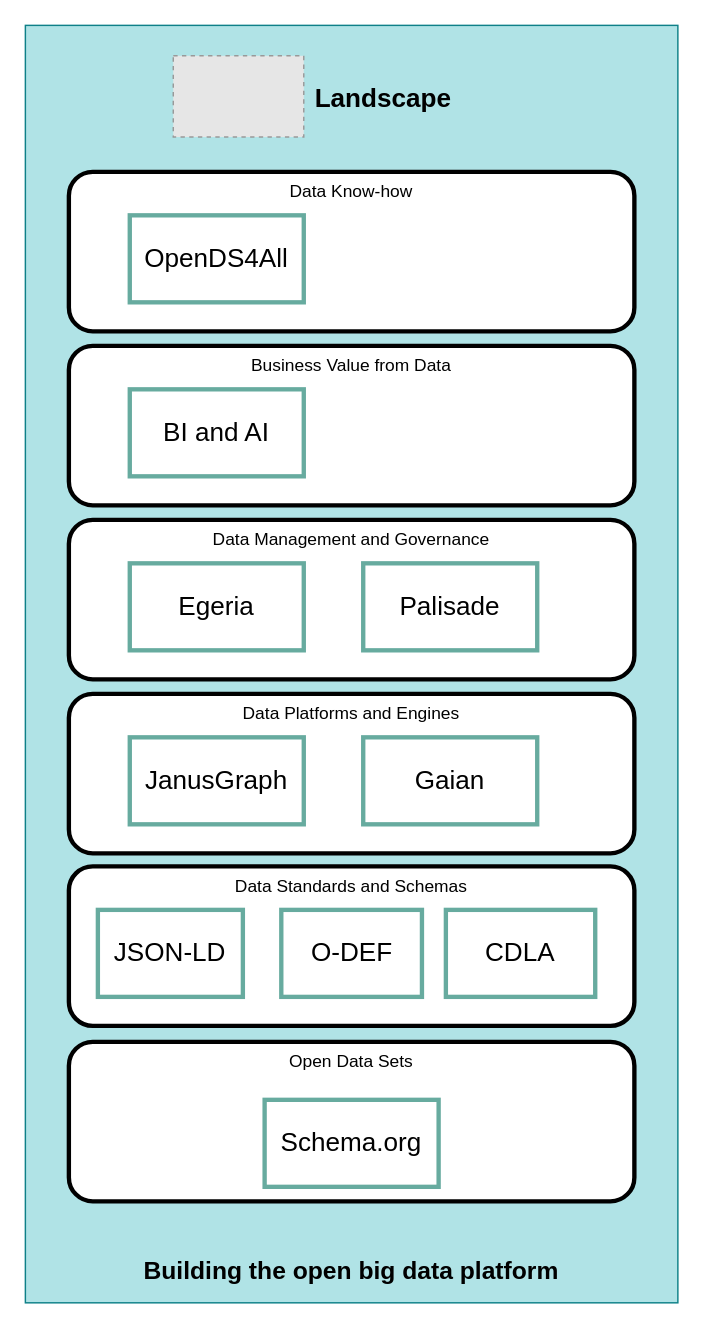
Earlier version of the draw.io diagram meetings/odpi-landscape.drawio (odpi/tsc). Source tidied: cells renumbered, new cells numbered last; positions are measured from the earlier drawing's top-left corner, leaving out a move shared by most shapes. Both pictures are drawn from the tidied source at 145%, with x=0, y=0 at pixel (25, 25). Pictures stored in the file or linked from it are replaced by grey dashed boxes.
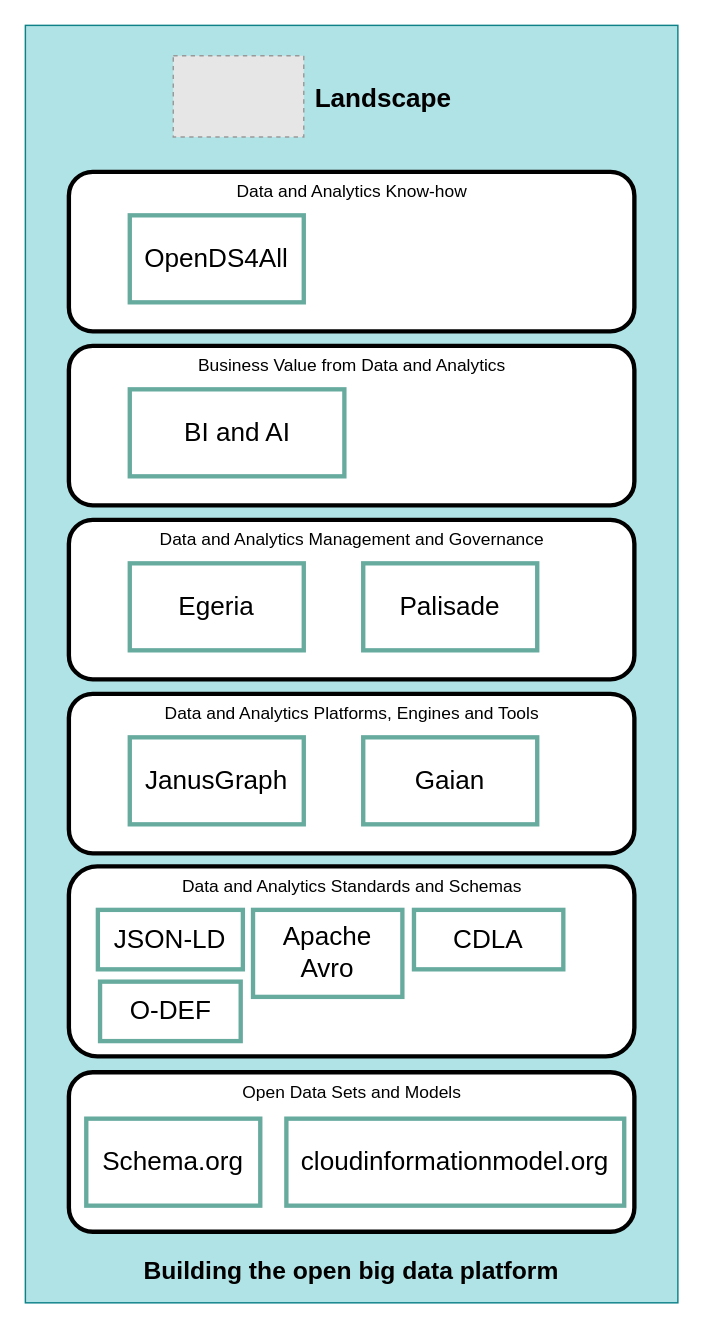
The same page after the edit.

Diff of the diagram source:
```diff
@@
-    <mxCell id="3" value="Data Know-how" style="rounded=1;whiteSpace=wrap;html=1;verticalAlign=top;strokeWidth=3;" parent="1" vertex="1">
+    <mxCell id="3" value="Data and Analytics Know-how" style="rounded=1;html=1;verticalAlign=top;strokeWidth=3;" parent="1" vertex="1">
       <mxGeometry x="30" y="101" width="390" height="110" as="geometry" />
     </mxCell>
@@
-    <mxCell id="7" value="Business Value from&amp;nbsp;Data" style="rounded=1;whiteSpace=wrap;html=1;verticalAlign=top;strokeWidth=3;" parent="1" vertex="1">
+    <mxCell id="7" value="Business Value from&amp;nbsp;Data and Analytics" style="rounded=1;html=1;verticalAlign=top;strokeWidth=3;" parent="1" vertex="1">
       <mxGeometry x="30" y="221" width="390" height="110" as="geometry" />
     </mxCell>
-    <mxCell id="8" value="BI and AI" style="rounded=0;whiteSpace=wrap;html=1;strokeColor=#67AB9F;strokeWidth=3;fontSize=18;" parent="1" vertex="1">
-      <mxGeometry x="72" y="251" width="120" height="60" as="geometry" />
+    <mxCell id="8" value="BI and AI" style="rounded=0;html=1;strokeColor=#67AB9F;strokeWidth=3;fontSize=18;" parent="1" vertex="1">
+      <mxGeometry x="72" y="251" width="148" height="60" as="geometry" />
     </mxCell>
-    <mxCell id="9" value="Data Management and Governance" style="rounded=1;whiteSpace=wrap;html=1;verticalAlign=top;strokeWidth=3;" parent="1" vertex="1">
+    <mxCell id="9" value="Data and Analytics Management and Governance" style="rounded=1;html=1;verticalAlign=top;strokeWidth=3;" parent="1" vertex="1">
       <mxGeometry x="30" y="341" width="390" height="110" as="geometry" />
     </mxCell>
@@
-    <mxCell id="12" value="Data Platforms and Engines" style="rounded=1;whiteSpace=wrap;html=1;verticalAlign=top;strokeWidth=3;" parent="1" vertex="1">
+    <mxCell id="12" value="Data and Analytics Platforms, Engines and Tools" style="rounded=1;html=1;verticalAlign=top;strokeWidth=3;" parent="1" vertex="1">
       <mxGeometry x="30" y="461" width="390" height="110" as="geometry" />
     </mxCell>
@@
-    <mxCell id="15" value="Data Standards and Schemas" style="rounded=1;whiteSpace=wrap;html=1;verticalAlign=top;strokeWidth=3;" parent="1" vertex="1">
-      <mxGeometry x="30" y="580" width="390" height="110" as="geometry" />
+    <mxCell id="15" value="Data and Analytics Standards and Schemas" style="rounded=1;html=1;verticalAlign=top;strokeWidth=3;" parent="1" vertex="1">
+      <mxGeometry x="30" y="580" width="390" height="131" as="geometry" />
     </mxCell>
     <mxCell id="16" value="JSON-LD" style="rounded=0;whiteSpace=wrap;html=1;strokeColor=#67AB9F;strokeWidth=3;fontSize=18;" parent="1" vertex="1">
-      <mxGeometry x="50" y="610" width="100" height="60" as="geometry" />
+      <mxGeometry x="50" y="610" width="100" height="41" as="geometry" />
     </mxCell>
     <mxCell id="17" value="O-DEF" style="rounded=0;whiteSpace=wrap;html=1;strokeColor=#67AB9F;strokeWidth=3;fontSize=18;" parent="1" vertex="1">
-      <mxGeometry x="176.5" y="610" width="97" height="60" as="geometry" />
+      <mxGeometry x="51.5" y="659.5" width="97" height="41" as="geometry" />
     </mxCell>
-    <mxCell id="18" value="Open Data Sets" style="rounded=1;whiteSpace=wrap;html=1;verticalAlign=top;strokeWidth=3;" parent="1" vertex="1">
-      <mxGeometry x="30" y="701" width="390" height="110" as="geometry" />
+    <mxCell id="18" value="Open Data Sets and Models" style="rounded=1;html=1;verticalAlign=top;strokeWidth=3;" parent="1" vertex="1">
+      <mxGeometry x="30" y="722" width="390" height="110" as="geometry" />
     </mxCell>
     <mxCell id="19" value="Schema.org" style="rounded=0;whiteSpace=wrap;html=1;strokeColor=#67AB9F;strokeWidth=3;fontSize=18;" parent="1" vertex="1">
-      <mxGeometry x="165" y="741" width="120" height="60" as="geometry" />
+      <mxGeometry x="42" y="754" width="120" height="60" as="geometry" />
     </mxCell>
     <mxCell id="20" value="CDLA" style="rounded=0;whiteSpace=wrap;html=1;strokeColor=#67AB9F;strokeWidth=3;fontSize=18;" parent="1" vertex="1">
-      <mxGeometry x="290" y="610" width="103" height="60" as="geometry" />
+      <mxGeometry x="268" y="610" width="103" height="41" as="geometry" />
     </mxCell>
+    <mxCell id="21" value="cloudinformationmodel.org" style="rounded=0;whiteSpace=wrap;html=1;strokeColor=#67AB9F;strokeWidth=3;fontSize=18;" parent="1" vertex="1">
+      <mxGeometry x="180" y="754" width="233" height="60" as="geometry" />
+    </mxCell>
+    <mxCell id="22" value="Apache&lt;br&gt;Avro" style="rounded=0;whiteSpace=wrap;html=1;strokeColor=#67AB9F;strokeWidth=3;fontSize=18;" parent="1" vertex="1">
+      <mxGeometry x="157" y="610" width="103" height="60" as="geometry" />
+    </mxCell>
```
